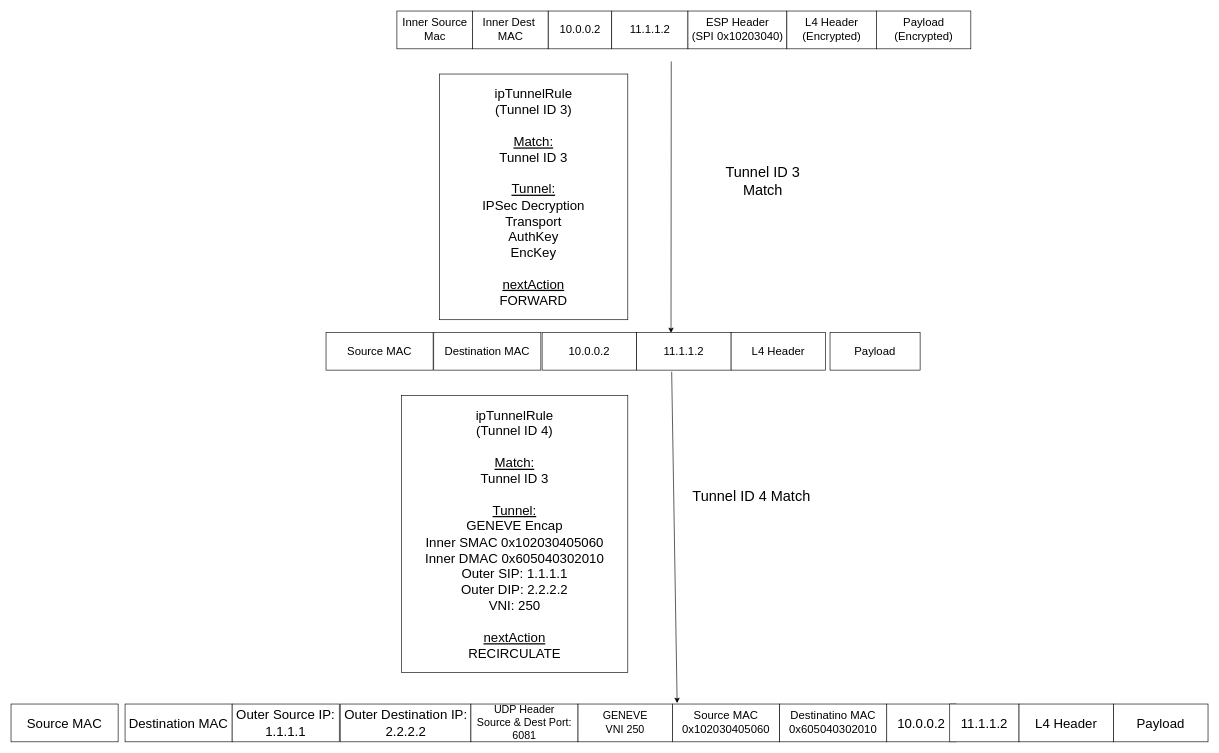
Earlier version of the draw.io diagram doc/images/tunnelOffload/tunnel_chain_tunnel_id.drawio (att/sessionOffload). Source tidied: cells renumbered, new cells numbered last; positions are measured from the earlier drawing's top-left corner, leaving out a move shared by most shapes. Both pictures are drawn from the tidied source at 63%, with x=0, y=0 at pixel (11, 11).
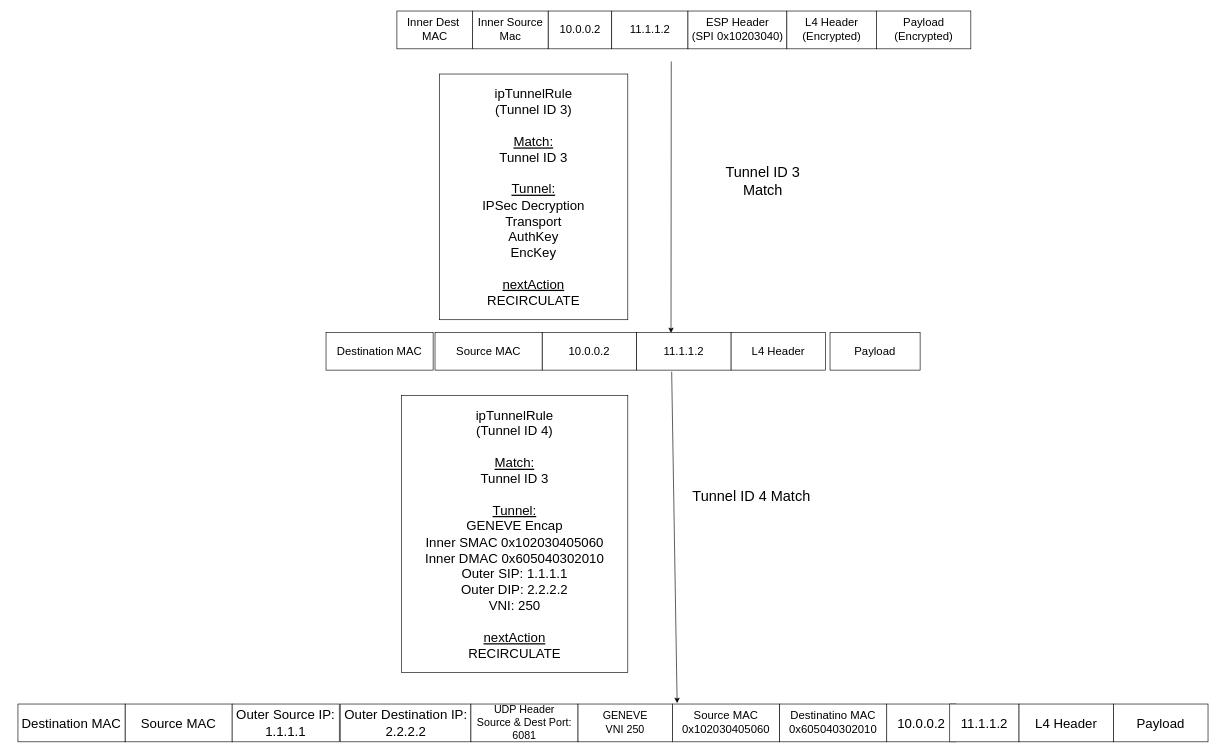
The same diagram, later.

Change to the diagram source:
```diff
@@
     <mxCell id="3" value="Source MAC" style="rounded=0;whiteSpace=wrap;html=1;fontSize=21;" parent="1" vertex="1">
-      <mxGeometry y="1100" width="170" height="60" as="geometry" />
+      <mxGeometry x="181" y="1100" width="170" height="60" as="geometry" />
     </mxCell>
     <mxCell id="4" value="Destination MAC" style="rounded=0;whiteSpace=wrap;html=1;fontSize=21;" parent="1" vertex="1">
-      <mxGeometry x="181" y="1100" width="170" height="60" as="geometry" />
+      <mxGeometry x="11" y="1100" width="170" height="60" as="geometry" />
     </mxCell>
@@
     <mxCell id="9" value="Source MAC" style="rounded=0;whiteSpace=wrap;html=1;fontSize=18;" parent="1" vertex="1">
-      <mxGeometry x="500" y="510" width="170" height="60" as="geometry" />
+      <mxGeometry x="673" y="510" width="170" height="60" as="geometry" />
     </mxCell>
     <mxCell id="10" value="Destination MAC" style="rounded=0;whiteSpace=wrap;html=1;fontSize=18;" parent="1" vertex="1">
-      <mxGeometry x="671" y="510" width="170" height="60" as="geometry" />
+      <mxGeometry x="500" y="510" width="170" height="60" as="geometry" />
     </mxCell>
@@
-    <mxCell id="21" value="&lt;font style=&quot;font-size: 21px&quot;&gt;ipTunnelRule&lt;br&gt;(Tunnel ID 3)&lt;br&gt;&lt;br&gt;&lt;u&gt;Match:&lt;br&gt;&lt;/u&gt;Tunnel ID 3&lt;br&gt;&lt;br&gt;&lt;u&gt;Tunnel:&lt;/u&gt;&lt;br&gt;IPSec Decryption&lt;br&gt;Transport&lt;br&gt;AuthKey&lt;br&gt;EncKey&lt;br&gt;&lt;br&gt;&lt;u&gt;nextAction&lt;br&gt;&lt;/u&gt;FORWARD&lt;br&gt;&lt;/font&gt;" style="whiteSpace=wrap;html=1;" parent="1" vertex="1">
+    <mxCell id="21" value="&lt;font style=&quot;font-size: 21px&quot;&gt;ipTunnelRule&lt;br&gt;(Tunnel ID 3)&lt;br&gt;&lt;br&gt;&lt;u&gt;Match:&lt;br&gt;&lt;/u&gt;Tunnel ID 3&lt;br&gt;&lt;br&gt;&lt;u&gt;Tunnel:&lt;/u&gt;&lt;br&gt;IPSec Decryption&lt;br&gt;Transport&lt;br&gt;AuthKey&lt;br&gt;EncKey&lt;br&gt;&lt;br&gt;&lt;u&gt;nextAction&lt;br&gt;&lt;/u&gt;RECIRCULATE&lt;br&gt;&lt;/font&gt;" style="whiteSpace=wrap;html=1;" parent="1" vertex="1">
       <mxGeometry x="680" y="100" width="299" height="390" as="geometry" />
     </mxCell>
     <mxCell id="22" value="Inner Source&lt;br style=&quot;font-size: 18px;&quot;&gt;Mac" style="rounded=0;whiteSpace=wrap;html=1;fontSize=18;" parent="1" vertex="1">
-      <mxGeometry x="612.5" width="120" height="60" as="geometry" />
+      <mxGeometry x="732.5" width="120" height="60" as="geometry" />
     </mxCell>
     <mxCell id="23" value="Inner Dest&amp;nbsp;&lt;br style=&quot;font-size: 18px;&quot;&gt;MAC" style="rounded=0;whiteSpace=wrap;html=1;fontSize=18;" parent="1" vertex="1">
-      <mxGeometry x="732.5" width="120" height="60" as="geometry" />
+      <mxGeometry x="612.5" width="120" height="60" as="geometry" />
     </mxCell>
```
